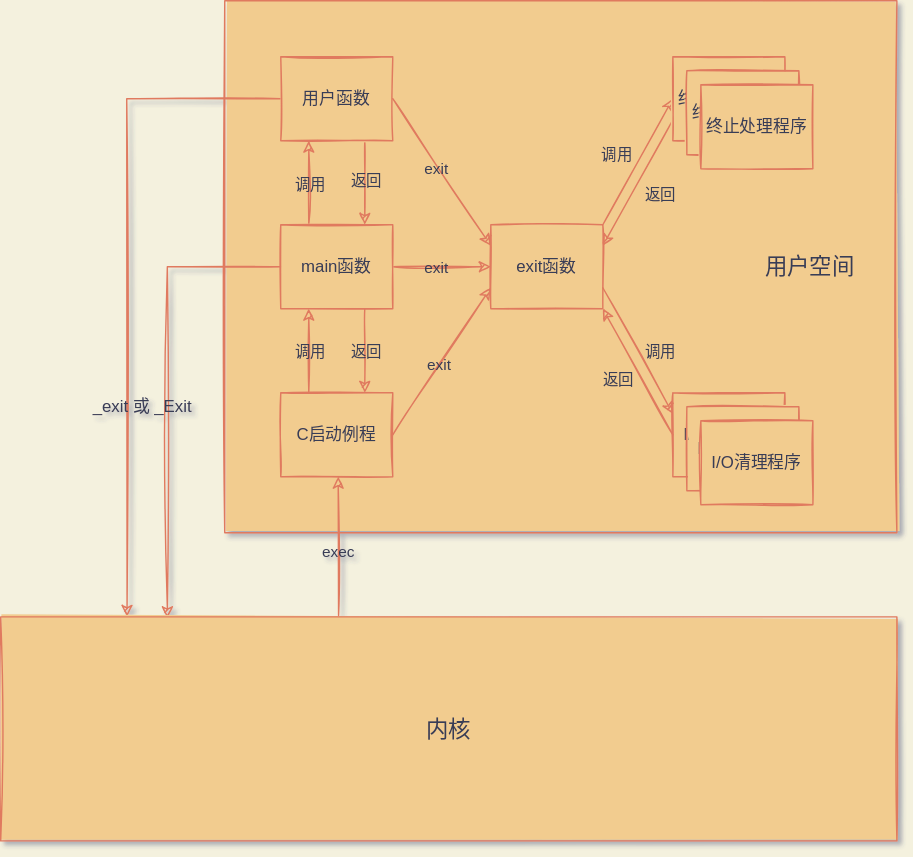
This is running-process-of-morden-c-program.drawio.svg from oliverdding/images, a draw.io export, as it was before one commit. Source tidied: cells renumbered, new cells last; positions are measured from the earlier drawing's top-left corner, leaving out a move shared by most shapes.
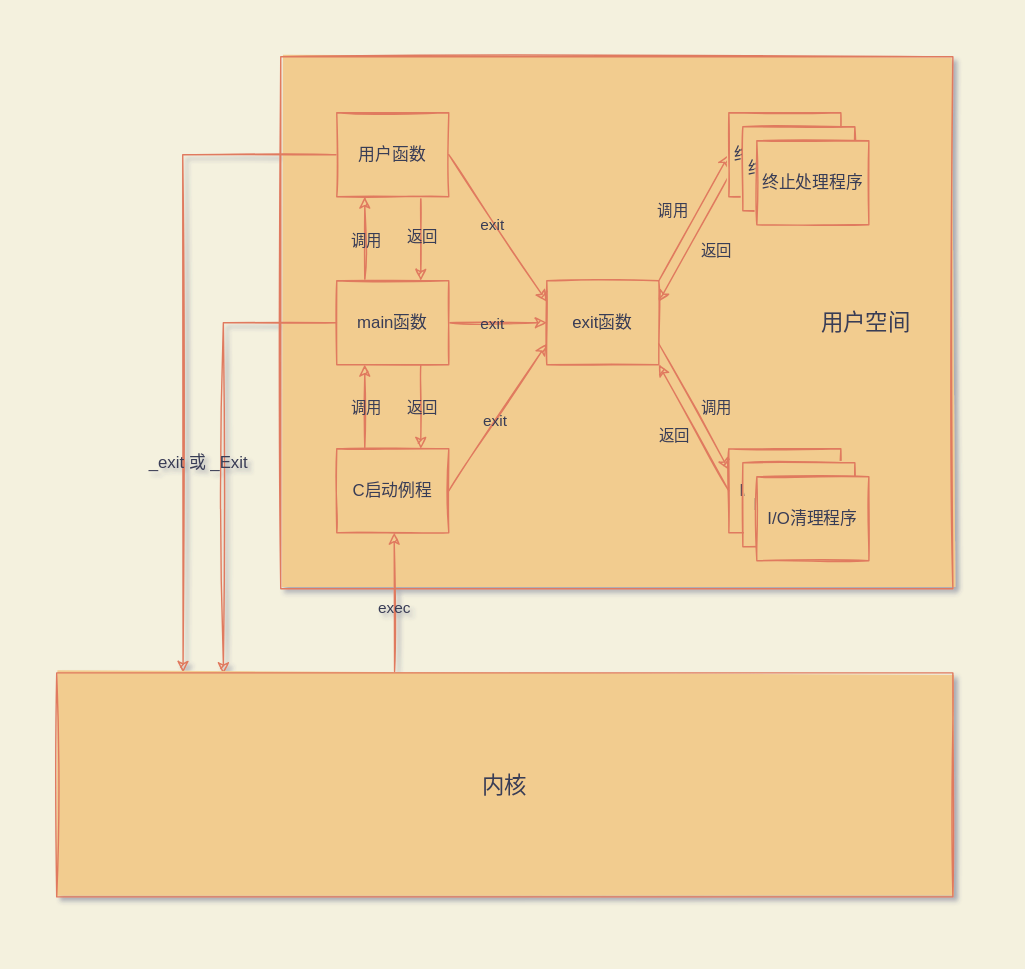
The same file after the commit.

The edit, as a diff of the source:
```diff
@@ -2,6 +2,9 @@
   <root>
     <mxCell id="0" />
     <mxCell id="1" parent="0" />
+    <mxCell id="42" style="rounded=0;whiteSpace=wrap;html=1;sketch=0;fontColor=#393C56;strokeColor=none;fillColor=none;" parent="1" vertex="1">
+      <mxGeometry x="-40" y="-40" width="720" height="680" as="geometry" />
+    </mxCell>
     <mxCell id="2" style="rounded=0;whiteSpace=wrap;html=1;sketch=1;fillColor=#F2CC8F;fillStyle=solid;strokeColor=#E07A5F;fontColor=#393C56;" parent="1" vertex="1">
       <mxGeometry x="160" width="480" height="380" as="geometry" />
     </mxCell>
```
